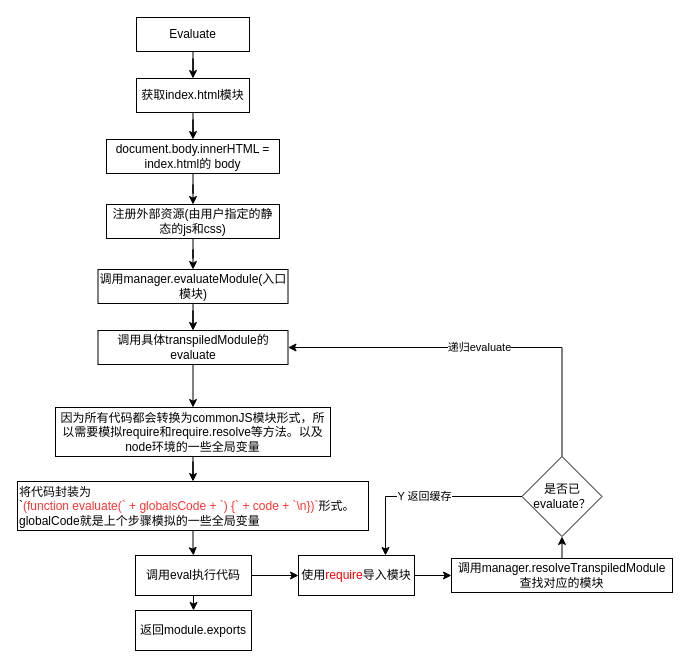
Before: page "求值" (10 of 11) of source/_posts/drawio/codesandbox.drawio in ivan-94/bobi.ink, a draw.io diagram. Source tidied: cells renumbered, new cells numbered last; positions are measured from the earlier drawing's top-left corner, leaving out a move shared by most shapes. Both pictures are drawn from the tidied source at 100%, with x=0, y=0 at pixel (17, 17).
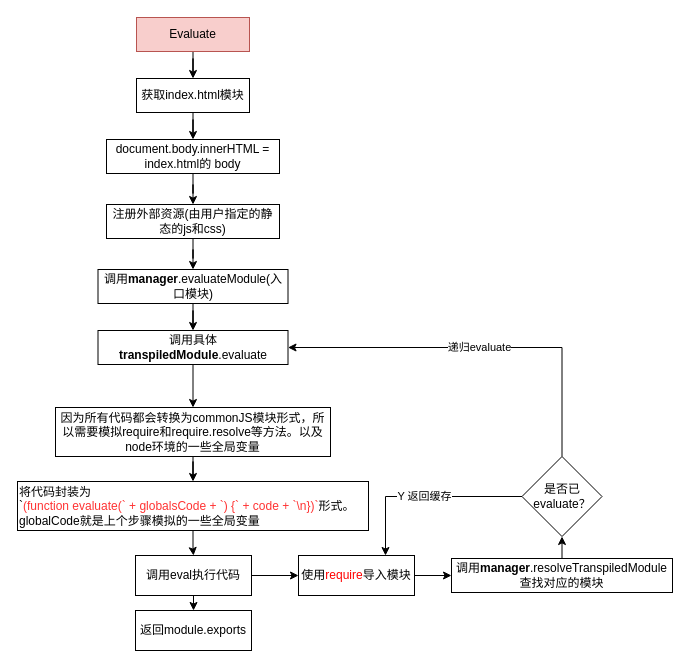
The same diagram, later.

Commit message (it also covers changes not shown here):
feat: codesandbox 完成evaluation章节

What changed in the source:
```diff
@@
-    <mxCell id="3" value="Evaluate" style="rounded=0;whiteSpace=wrap;html=1;" parent="1" vertex="1">
+    <mxCell id="3" value="Evaluate" style="rounded=0;whiteSpace=wrap;html=1;fillColor=#f8cecc;strokeColor=#b85450;" parent="1" vertex="1">
       <mxGeometry x="119" width="113" height="34" as="geometry" />
     </mxCell>
@@
-    <mxCell id="11" value="调用manager.evaluateModule(入口模块)" style="rounded=0;whiteSpace=wrap;html=1;" parent="1" vertex="1">
+    <mxCell id="11" value="调用&lt;b&gt;manager&lt;/b&gt;.evaluateModule(入口模块)" style="rounded=0;whiteSpace=wrap;html=1;" parent="1" vertex="1">
       <mxGeometry x="80.5" y="252" width="190" height="34" as="geometry" />
     </mxCell>
@@
-    <mxCell id="13" value="调用具体transpiledModule的evaluate" style="rounded=0;whiteSpace=wrap;html=1;" parent="1" vertex="1">
+    <mxCell id="13" value="调用具体&lt;b&gt;transpiledModule&lt;/b&gt;.evaluate" style="rounded=0;whiteSpace=wrap;html=1;" parent="1" vertex="1">
       <mxGeometry x="80.5" y="313" width="190" height="34" as="geometry" />
     </mxCell>
@@
-    <mxCell id="25" value="调用manager.resolveTranspiledModule查找对应的模块" style="rounded=0;whiteSpace=wrap;html=1;" parent="1" vertex="1">
+    <mxCell id="25" value="调用&lt;b&gt;manager&lt;/b&gt;.resolveTranspiledModule查找对应的模块" style="rounded=0;whiteSpace=wrap;html=1;" parent="1" vertex="1">
       <mxGeometry x="434" y="541" width="221" height="34" as="geometry" />
     </mxCell>
```
